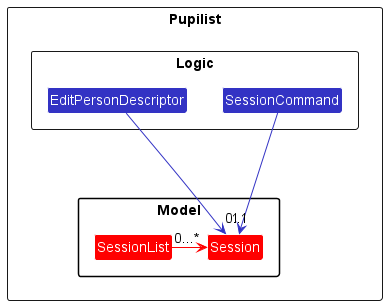
Before: docs/images/SessionDependency.png, a diagram exported from PlantUML (AY2223S1-CS2103T-W09-4/tp).
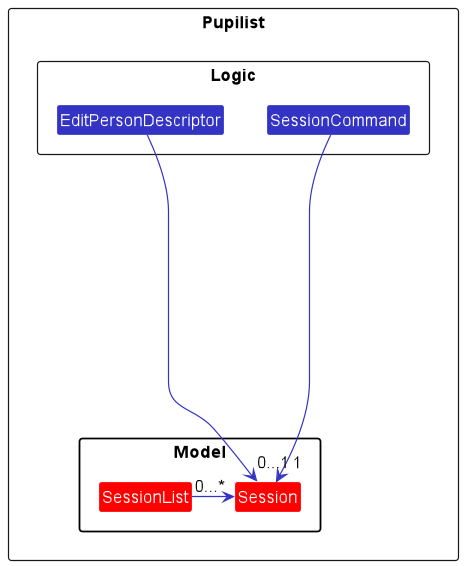
The same diagram one commit later.

The edit, as a diff of the source:
```diff
@@ -15,9 +15,9 @@
     Class SessionCommand
 }
 
-SessionCommand --down-> "1"Session
-SessionList -right-> "0...*"Session #red
-EditPersonDescriptor --down->"0..1" Session
+SessionCommand ----down-> "  1" Session:"    "
+SessionList -right-> "0...*" Session
+EditPersonDescriptor --down->"0...1" Session
 
 }
 
```
